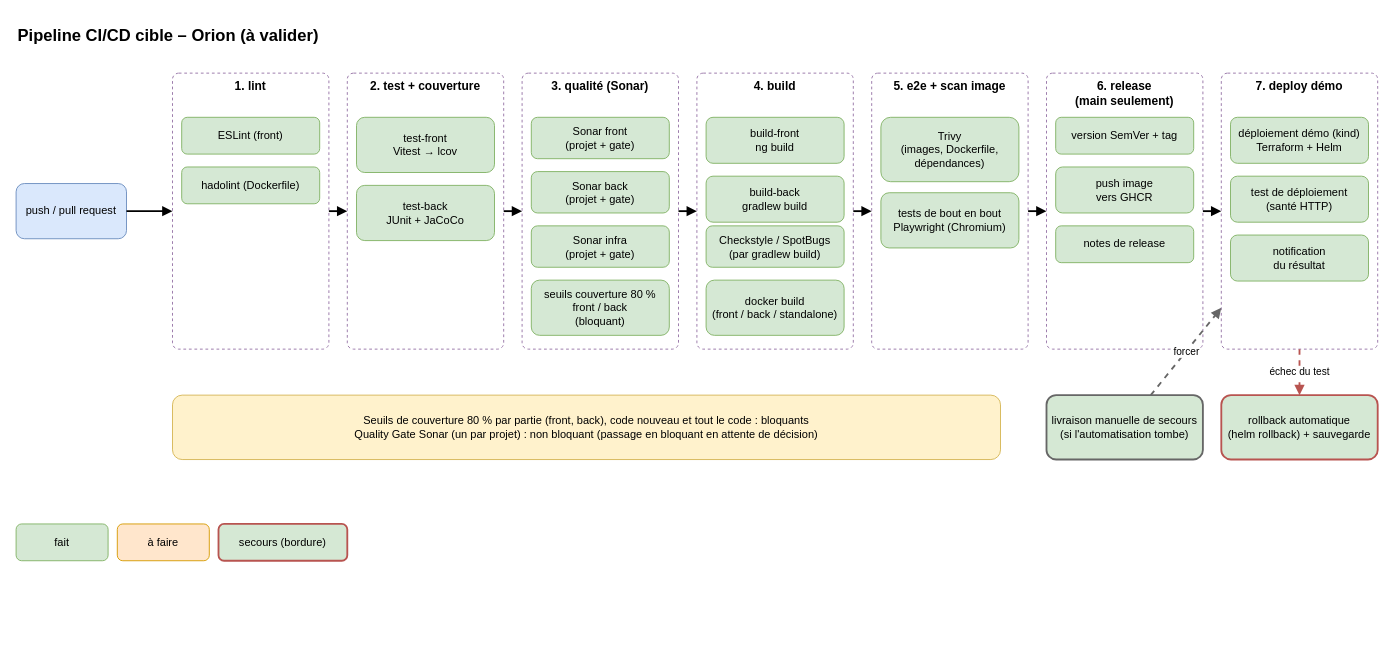
The draw.io diagram docs/livrables/schema_pipeline_ci_cd.drawio in denoyela-4913/dev-project-06-orion, before the edit. Source tidied: cells renumbered, new cells numbered last; positions are measured from the earlier drawing's top-left corner, leaving out a move shared by most shapes. Both pictures are drawn from the tidied source at 92%, with x=0, y=0 at pixel (16, 17).
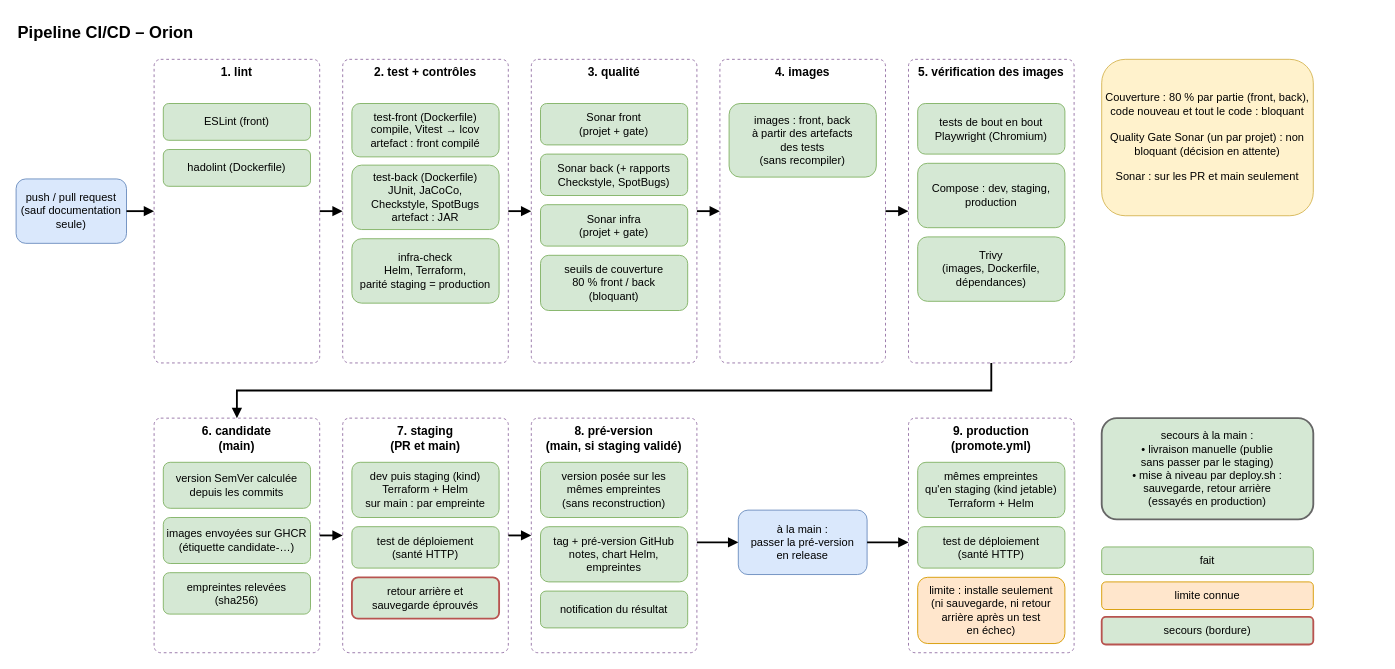
The same diagram, later.

Commit message (it also covers changes not shown here):
docs: mettre à jour le schéma du pipeline et son script de rendu

What changed in the source:
```diff
@@
-    <mxCell id="2" value="Pipeline CI/CD cible – Orion (à valider)" style="rounded=1;whiteSpace=wrap;html=1;fillColor=none;strokeColor=none;fontSize=18;fontStyle=1;align=left;" parent="1" vertex="1">
-      <mxGeometry width="560" height="40" as="geometry" />
+    <mxCell id="2" value="Pipeline CI/CD – Orion" style="rounded=1;whiteSpace=wrap;html=1;fillColor=none;strokeColor=none;fontSize=18;fontStyle=1;align=left;" parent="1" vertex="1">
+      <mxGeometry y="-2" width="600" height="36" as="geometry" />
     </mxCell>
-    <mxCell id="3" value="push / pull request" style="rounded=1;whiteSpace=wrap;html=1;fillColor=#dae8fc;strokeColor=#6c8ebf;" parent="1" vertex="1">
-      <mxGeometry y="180" width="120" height="60" as="geometry" />
+    <mxCell id="3" value="push / pull request&#10;(sauf documentation seule)" style="rounded=1;whiteSpace=wrap;html=1;fillColor=#dae8fc;strokeColor=#6c8ebf;" parent="1" vertex="1">
+      <mxGeometry y="175" width="120" height="70" as="geometry" />
     </mxCell>
     <mxCell id="4" value="1. lint" style="rounded=1;whiteSpace=wrap;html=1;fillColor=#ffffff;strokeColor=#9673a6;dashed=1;verticalAlign=top;fontStyle=1;fontSize=13;arcSize=4;" parent="1" vertex="1">
-      <mxGeometry x="170" y="60" width="170" height="300" as="geometry" />
+      <mxGeometry x="150" y="45" width="180" height="330" as="geometry" />
     </mxCell>
     <mxCell id="5" value="ESLint (front)" style="rounded=1;whiteSpace=wrap;html=1;fillColor=#d5e8d4;strokeColor=#82b366;" parent="1" vertex="1">
-      <mxGeometry x="180" y="108" width="150" height="40" as="geometry" />
+      <mxGeometry x="160" y="93" width="160" height="40" as="geometry" />
     </mxCell>
     <mxCell id="6" value="hadolint (Dockerfile)" style="rounded=1;whiteSpace=wrap;html=1;fillColor=#d5e8d4;strokeColor=#82b366;" parent="1" vertex="1">
-      <mxGeometry x="180" y="162" width="150" height="40" as="geometry" />
+      <mxGeometry x="160" y="143" width="160" height="40" as="geometry" />
     </mxCell>
-    <mxCell id="7" style="endArrow=block;html=1;rounded=0;strokeWidth=2;" parent="1" edge="1" source="3" target="4">
-      <mxGeometry relative="1" as="geometry" />
-    </mxCell>
-    <mxCell id="8" value="2. test + couverture" style="rounded=1;whiteSpace=wrap;html=1;fillColor=#ffffff;strokeColor=#9673a6;dashed=1;verticalAlign=top;fontStyle=1;fontSize=13;arcSize=4;" parent="1" vertex="1">
-      <mxGeometry x="360" y="60" width="170" height="300" as="geometry" />
+    <mxCell id="8" value="2. test + contrôles" style="rounded=1;whiteSpace=wrap;html=1;fillColor=#ffffff;strokeColor=#9673a6;dashed=1;verticalAlign=top;fontStyle=1;fontSize=13;arcSize=4;" parent="1" vertex="1">
+      <mxGeometry x="355" y="45" width="180" height="330" as="geometry" />
     </mxCell>
-    <mxCell id="9" value="test-front&#10;Vitest → lcov" style="rounded=1;whiteSpace=wrap;html=1;fillColor=#d5e8d4;strokeColor=#82b366;" parent="1" vertex="1">
-      <mxGeometry x="370" y="108" width="150" height="60" as="geometry" />
+    <mxCell id="9" value="test-front (Dockerfile)&#10;compile, Vitest → lcov&#10;artefact : front compilé" style="rounded=1;whiteSpace=wrap;html=1;fillColor=#d5e8d4;strokeColor=#82b366;" parent="1" vertex="1">
+      <mxGeometry x="365" y="93" width="160" height="58" as="geometry" />
     </mxCell>
-    <mxCell id="10" value="test-back&#10;JUnit + JaCoCo" style="rounded=1;whiteSpace=wrap;html=1;fillColor=#d5e8d4;strokeColor=#82b366;" parent="1" vertex="1">
-      <mxGeometry x="370" y="182" width="150" height="60" as="geometry" />
+    <mxCell id="10" value="test-back (Dockerfile)&#10;JUnit, JaCoCo,&#10;Checkstyle, SpotBugs&#10;artefact : JAR" style="rounded=1;whiteSpace=wrap;html=1;fillColor=#d5e8d4;strokeColor=#82b366;" parent="1" vertex="1">
+      <mxGeometry x="365" y="160" width="160" height="70" as="geometry" />
     </mxCell>
-    <mxCell id="11" style="endArrow=block;html=1;rounded=0;strokeWidth=2;" parent="1" edge="1" source="4" target="8">
-      <mxGeometry relative="1" as="geometry" />
-    </mxCell>
+    <mxCell id="46" value="infra-check&#10;Helm, Terraform,&#10;parité staging = production" style="rounded=1;whiteSpace=wrap;html=1;fillColor=#d5e8d4;strokeColor=#82b366;" parent="1" vertex="1">
+      <mxGeometry x="365" y="240" width="160" height="70" as="geometry" />
+    </mxCell>
-    <mxCell id="12" value="3. qualité (Sonar)" style="rounded=1;whiteSpace=wrap;html=1;fillColor=#ffffff;strokeColor=#9673a6;dashed=1;verticalAlign=top;fontStyle=1;fontSize=13;arcSize=4;" parent="1" vertex="1">
-      <mxGeometry x="550" y="60" width="170" height="300" as="geometry" />
+    <mxCell id="12" value="3. qualité" style="rounded=1;whiteSpace=wrap;html=1;fillColor=#ffffff;strokeColor=#9673a6;dashed=1;verticalAlign=top;fontStyle=1;fontSize=13;arcSize=4;" parent="1" vertex="1">
+      <mxGeometry x="560" y="45" width="180" height="330" as="geometry" />
     </mxCell>
     <mxCell id="13" value="Sonar front&#10;(projet + gate)" style="rounded=1;whiteSpace=wrap;html=1;fillColor=#d5e8d4;strokeColor=#82b366;" parent="1" vertex="1">
-      <mxGeometry x="560" y="108" width="150" height="45" as="geometry" />
+      <mxGeometry x="570" y="93" width="160" height="45" as="geometry" />
     </mxCell>
-    <mxCell id="14" value="Sonar back&#10;(projet + gate)" style="rounded=1;whiteSpace=wrap;html=1;fillColor=#d5e8d4;strokeColor=#82b366;" parent="1" vertex="1">
-      <mxGeometry x="560" y="167" width="150" height="45" as="geometry" />
+    <mxCell id="14" value="Sonar back (+ rapports&#10;Checkstyle, SpotBugs)" style="rounded=1;whiteSpace=wrap;html=1;fillColor=#d5e8d4;strokeColor=#82b366;" parent="1" vertex="1">
+      <mxGeometry x="570" y="148" width="160" height="45" as="geometry" />
     </mxCell>
     <mxCell id="15" value="Sonar infra&#10;(projet + gate)" style="rounded=1;whiteSpace=wrap;html=1;fillColor=#d5e8d4;strokeColor=#82b366;" parent="1" vertex="1">
-      <mxGeometry x="560" y="226" width="150" height="45" as="geometry" />
+      <mxGeometry x="570" y="203" width="160" height="45" as="geometry" />
     </mxCell>
-    <mxCell id="16" value="seuils couverture 80 %&#10;front / back&#10;(bloquant)" style="rounded=1;whiteSpace=wrap;html=1;fillColor=#d5e8d4;strokeColor=#82b366;" parent="1" vertex="1">
-      <mxGeometry x="560" y="285" width="150" height="60" as="geometry" />
+    <mxCell id="16" value="seuils de couverture&#10;80 % front / back&#10;(bloquant)" style="rounded=1;whiteSpace=wrap;html=1;fillColor=#d5e8d4;strokeColor=#82b366;" parent="1" vertex="1">
+      <mxGeometry x="570" y="258" width="160" height="60" as="geometry" />
     </mxCell>
+    <mxCell id="18" value="4. images" style="rounded=1;whiteSpace=wrap;html=1;fillColor=#ffffff;strokeColor=#9673a6;dashed=1;verticalAlign=top;fontStyle=1;fontSize=13;arcSize=4;" parent="1" vertex="1">
+      <mxGeometry x="765" y="45" width="180" height="330" as="geometry" />
+    </mxCell>
+    <mxCell id="22" value="images : front, back&#10;à partir des artefacts&#10;des tests&#10;(sans recompiler)" style="rounded=1;whiteSpace=wrap;html=1;fillColor=#d5e8d4;strokeColor=#82b366;" parent="1" vertex="1">
+      <mxGeometry x="775" y="93" width="160" height="80" as="geometry" />
+    </mxCell>
+    <mxCell id="47" value="5. vérification des images" style="rounded=1;whiteSpace=wrap;html=1;fillColor=#ffffff;strokeColor=#9673a6;dashed=1;verticalAlign=top;fontStyle=1;fontSize=13;arcSize=4;" parent="1" vertex="1">
+      <mxGeometry x="970" y="45" width="180" height="330" as="geometry" />
+    </mxCell>
+    <mxCell id="26" value="tests de bout en bout&#10;Playwright (Chromium)" style="rounded=1;whiteSpace=wrap;html=1;fillColor=#d5e8d4;strokeColor=#82b366;" parent="1" vertex="1">
+      <mxGeometry x="980" y="93" width="160" height="55" as="geometry" />
+    </mxCell>
+    <mxCell id="48" value="Compose : dev, staging,&#10;production" style="rounded=1;whiteSpace=wrap;html=1;fillColor=#d5e8d4;strokeColor=#82b366;" parent="1" vertex="1">
+      <mxGeometry x="980" y="158" width="160" height="70" as="geometry" />
+    </mxCell>
+    <mxCell id="25" value="Trivy&#10;(images, Dockerfile,&#10;dépendances)" style="rounded=1;whiteSpace=wrap;html=1;fillColor=#d5e8d4;strokeColor=#82b366;" parent="1" vertex="1">
+      <mxGeometry x="980" y="238" width="160" height="70" as="geometry" />
+    </mxCell>
+    <mxCell id="7" style="endArrow=block;html=1;rounded=0;strokeWidth=2;" parent="1" edge="1" source="3" target="4">
+      <mxGeometry relative="1" as="geometry" />
+    </mxCell>
+    <mxCell id="11" style="endArrow=block;html=1;rounded=0;strokeWidth=2;" parent="1" edge="1" source="4" target="8">
+      <mxGeometry relative="1" as="geometry" />
+    </mxCell>
@@
-    <mxCell id="18" value="4. build" style="rounded=1;whiteSpace=wrap;html=1;fillColor=#ffffff;strokeColor=#9673a6;dashed=1;verticalAlign=top;fontStyle=1;fontSize=13;arcSize=4;" parent="1" vertex="1">
-      <mxGeometry x="740" y="60" width="170" height="300" as="geometry" />
-    </mxCell>
-    <mxCell id="19" value="build-front&#10;ng build" style="rounded=1;whiteSpace=wrap;html=1;fillColor=#d5e8d4;strokeColor=#82b366;" parent="1" vertex="1">
-      <mxGeometry x="750" y="108" width="150" height="50" as="geometry" />
-    </mxCell>
-    <mxCell id="20" value="build-back&#10;gradlew build" style="rounded=1;whiteSpace=wrap;html=1;fillColor=#d5e8d4;strokeColor=#82b366;" parent="1" vertex="1">
-      <mxGeometry x="750" y="172" width="150" height="50" as="geometry" />
-    </mxCell>
-    <mxCell id="21" value="Checkstyle / SpotBugs&#10;(par gradlew build)" style="rounded=1;whiteSpace=wrap;html=1;fillColor=#d5e8d4;strokeColor=#82b366;" parent="1" vertex="1">
-      <mxGeometry x="750" y="226" width="150" height="45" as="geometry" />
-    </mxCell>
-    <mxCell id="22" value="docker build&#10;(front / back / standalone)" style="rounded=1;whiteSpace=wrap;html=1;fillColor=#d5e8d4;strokeColor=#82b366;" parent="1" vertex="1">
-      <mxGeometry x="750" y="285" width="150" height="60" as="geometry" />
-    </mxCell>
@@
-    <mxCell id="24" value="5. e2e + scan image" style="rounded=1;whiteSpace=wrap;html=1;fillColor=#ffffff;strokeColor=#9673a6;dashed=1;verticalAlign=top;fontStyle=1;fontSize=13;arcSize=4;" parent="1" vertex="1">
-      <mxGeometry x="930" y="60" width="170" height="300" as="geometry" />
-    </mxCell>
-    <mxCell id="25" value="Trivy&#10;(images, Dockerfile, dépendances)" style="rounded=1;whiteSpace=wrap;html=1;fillColor=#d5e8d4;strokeColor=#82b366;" parent="1" vertex="1">
-      <mxGeometry x="940" y="108" width="150" height="70" as="geometry" />
-    </mxCell>
-    <mxCell id="26" value="tests de bout en bout&#10;Playwright (Chromium)" style="rounded=1;whiteSpace=wrap;html=1;fillColor=#d5e8d4;strokeColor=#82b366;" parent="1" vertex="1">
-      <mxGeometry x="940" y="190" width="150" height="60" as="geometry" />
-    </mxCell>
-    <mxCell id="27" style="endArrow=block;html=1;rounded=0;strokeWidth=2;" parent="1" edge="1" source="18" target="24">
-      <mxGeometry relative="1" as="geometry" />
-    </mxCell>
-    <mxCell id="28" value="6. release&#10;(main seulement)" style="rounded=1;whiteSpace=wrap;html=1;fillColor=#ffffff;strokeColor=#9673a6;dashed=1;verticalAlign=top;fontStyle=1;fontSize=13;arcSize=4;" parent="1" vertex="1">
-      <mxGeometry x="1120" y="60" width="170" height="300" as="geometry" />
-    </mxCell>
-    <mxCell id="29" value="version SemVer + tag" style="rounded=1;whiteSpace=wrap;html=1;fillColor=#d5e8d4;strokeColor=#82b366;" parent="1" vertex="1">
-      <mxGeometry x="1130" y="108" width="150" height="40" as="geometry" />
-    </mxCell>
-    <mxCell id="30" value="push image&#10;vers GHCR" style="rounded=1;whiteSpace=wrap;html=1;fillColor=#d5e8d4;strokeColor=#82b366;" parent="1" vertex="1">
-      <mxGeometry x="1130" y="162" width="150" height="50" as="geometry" />
-    </mxCell>
-    <mxCell id="31" value="notes de release" style="rounded=1;whiteSpace=wrap;html=1;fillColor=#d5e8d4;strokeColor=#82b366;" parent="1" vertex="1">
-      <mxGeometry x="1130" y="226" width="150" height="40" as="geometry" />
-    </mxCell>
-    <mxCell id="32" style="endArrow=block;html=1;rounded=0;strokeWidth=2;" parent="1" edge="1" source="24" target="28">
-      <mxGeometry relative="1" as="geometry" />
-    </mxCell>
-    <mxCell id="33" value="7. deploy démo" style="rounded=1;whiteSpace=wrap;html=1;fillColor=#ffffff;strokeColor=#9673a6;dashed=1;verticalAlign=top;fontStyle=1;fontSize=13;arcSize=4;" parent="1" vertex="1">
-      <mxGeometry x="1310" y="60" width="170" height="300" as="geometry" />
-    </mxCell>
-    <mxCell id="34" value="déploiement démo (kind)&#10;Terraform + Helm" style="rounded=1;whiteSpace=wrap;html=1;fillColor=#d5e8d4;strokeColor=#82b366;" parent="1" vertex="1">
-      <mxGeometry x="1320" y="108" width="150" height="50" as="geometry" />
-    </mxCell>
-    <mxCell id="35" value="test de déploiement&#10;(santé HTTP)" style="rounded=1;whiteSpace=wrap;html=1;fillColor=#d5e8d4;strokeColor=#82b366;" parent="1" vertex="1">
-      <mxGeometry x="1320" y="172" width="150" height="50" as="geometry" />
-    </mxCell>
+    <mxCell id="49" style="endArrow=block;html=1;rounded=0;strokeWidth=2;" parent="1" edge="1" source="18" target="47">
+      <mxGeometry relative="1" as="geometry" />
+    </mxCell>
+    <mxCell id="42" value="Couverture : 80 % par partie (front, back), code nouveau et tout le code : bloquant&#10;&#10;Quality Gate Sonar (un par projet) : non bloquant (décision en attente)&#10;&#10;Sonar : sur les PR et main seulement" style="rounded=1;whiteSpace=wrap;html=1;fillColor=#fff2cc;strokeColor=#d6b656;" parent="1" vertex="1">
+      <mxGeometry x="1180" y="45" width="230" height="170" as="geometry" />
+    </mxCell>
+    <mxCell id="50" value="6. candidate&#10;(main)" style="rounded=1;whiteSpace=wrap;html=1;fillColor=#ffffff;strokeColor=#9673a6;dashed=1;verticalAlign=top;fontStyle=1;fontSize=13;arcSize=4;" parent="1" vertex="1">
+      <mxGeometry x="150" y="435" width="180" height="255" as="geometry" />
+    </mxCell>
+    <mxCell id="51" value="version SemVer calculée&#10;depuis les commits" style="rounded=1;whiteSpace=wrap;html=1;fillColor=#d5e8d4;strokeColor=#82b366;" parent="1" vertex="1">
+      <mxGeometry x="160" y="483" width="160" height="50" as="geometry" />
+    </mxCell>
+    <mxCell id="52" value="images envoyées sur GHCR&#10;(étiquette candidate-…)" style="rounded=1;whiteSpace=wrap;html=1;fillColor=#d5e8d4;strokeColor=#82b366;" parent="1" vertex="1">
+      <mxGeometry x="160" y="543" width="160" height="50" as="geometry" />
+    </mxCell>
+    <mxCell id="53" value="empreintes relevées&#10;(sha256)" style="rounded=1;whiteSpace=wrap;html=1;fillColor=#d5e8d4;strokeColor=#82b366;" parent="1" vertex="1">
+      <mxGeometry x="160" y="603" width="160" height="45" as="geometry" />
+    </mxCell>
+    <mxCell id="54" value="7. staging&#10;(PR et main)" style="rounded=1;whiteSpace=wrap;html=1;fillColor=#ffffff;strokeColor=#9673a6;dashed=1;verticalAlign=top;fontStyle=1;fontSize=13;arcSize=4;" parent="1" vertex="1">
+      <mxGeometry x="355" y="435" width="180" height="255" as="geometry" />
+    </mxCell>
+    <mxCell id="55" value="dev puis staging (kind)&#10;Terraform + Helm&#10;sur main : par empreinte" style="rounded=1;whiteSpace=wrap;html=1;fillColor=#d5e8d4;strokeColor=#82b366;" parent="1" vertex="1">
+      <mxGeometry x="365" y="483" width="160" height="60" as="geometry" />
+    </mxCell>
+    <mxCell id="56" value="test de déploiement&#10;(santé HTTP)" style="rounded=1;whiteSpace=wrap;html=1;fillColor=#d5e8d4;strokeColor=#82b366;" parent="1" vertex="1">
+      <mxGeometry x="365" y="553" width="160" height="45" as="geometry" />
+    </mxCell>
+    <mxCell id="57" value="retour arrière et&#10;sauvegarde éprouvés" style="rounded=1;whiteSpace=wrap;html=1;fillColor=#d5e8d4;strokeColor=#82b366;strokeColor=#b85450;strokeWidth=2;" parent="1" vertex="1">
+      <mxGeometry x="365" y="608" width="160" height="45" as="geometry" />
+    </mxCell>
+    <mxCell id="58" value="8. pré-version&#10;(main, si staging validé)" style="rounded=1;whiteSpace=wrap;html=1;fillColor=#ffffff;strokeColor=#9673a6;dashed=1;verticalAlign=top;fontStyle=1;fontSize=13;arcSize=4;" parent="1" vertex="1">
+      <mxGeometry x="560" y="435" width="180" height="255" as="geometry" />
+    </mxCell>
+    <mxCell id="59" value="version posée sur les&#10;mêmes empreintes&#10;(sans reconstruction)" style="rounded=1;whiteSpace=wrap;html=1;fillColor=#d5e8d4;strokeColor=#82b366;" parent="1" vertex="1">
+      <mxGeometry x="570" y="483" width="160" height="60" as="geometry" />
+    </mxCell>
+    <mxCell id="60" value="tag + pré-version GitHub&#10;notes, chart Helm,&#10;empreintes" style="rounded=1;whiteSpace=wrap;html=1;fillColor=#d5e8d4;strokeColor=#82b366;" parent="1" vertex="1">
+      <mxGeometry x="570" y="553" width="160" height="60" as="geometry" />
+    </mxCell>
-    <mxCell id="36" value="notification&#10;du résultat" style="rounded=1;whiteSpace=wrap;html=1;fillColor=#d5e8d4;strokeColor=#82b366;" parent="1" vertex="1">
-      <mxGeometry x="1320" y="236" width="150" height="50" as="geometry" />
+    <mxCell id="36" value="notification du résultat" style="rounded=1;whiteSpace=wrap;html=1;fillColor=#d5e8d4;strokeColor=#82b366;" parent="1" vertex="1">
+      <mxGeometry x="570" y="623" width="160" height="40" as="geometry" />
     </mxCell>
-    <mxCell id="37" style="endArrow=block;html=1;rounded=0;strokeWidth=2;" parent="1" edge="1" source="28" target="33">
-      <mxGeometry relative="1" as="geometry" />
-    </mxCell>
-    <mxCell id="38" value="rollback automatique&#10;(helm rollback) + sauvegarde" style="rounded=1;whiteSpace=wrap;html=1;fillColor=#d5e8d4;strokeWidth=2;strokeColor=#b85450;" parent="1" vertex="1">
-      <mxGeometry x="1310" y="410" width="170" height="70" as="geometry" />
-    </mxCell>
+    <mxCell id="61" value="à la main :&#10;passer la pré-version&#10;en release" style="rounded=1;whiteSpace=wrap;html=1;fillColor=#dae8fc;strokeColor=#6c8ebf;" parent="1" vertex="1">
+      <mxGeometry x="785" y="535" width="140" height="70" as="geometry" />
+    </mxCell>
+    <mxCell id="62" value="9. production&#10;(promote.yml)" style="rounded=1;whiteSpace=wrap;html=1;fillColor=#ffffff;strokeColor=#9673a6;dashed=1;verticalAlign=top;fontStyle=1;fontSize=13;arcSize=4;" parent="1" vertex="1">
+      <mxGeometry x="970" y="435" width="180" height="255" as="geometry" />
+    </mxCell>
+    <mxCell id="63" value="mêmes empreintes&#10;qu'en staging (kind jetable)&#10;Terraform + Helm" style="rounded=1;whiteSpace=wrap;html=1;fillColor=#d5e8d4;strokeColor=#82b366;" parent="1" vertex="1">
+      <mxGeometry x="980" y="483" width="160" height="60" as="geometry" />
+    </mxCell>
+    <mxCell id="64" value="test de déploiement&#10;(santé HTTP)" style="rounded=1;whiteSpace=wrap;html=1;fillColor=#d5e8d4;strokeColor=#82b366;" parent="1" vertex="1">
+      <mxGeometry x="980" y="553" width="160" height="45" as="geometry" />
+    </mxCell>
+    <mxCell id="65" value="limite : installe seulement&#10;(ni sauvegarde, ni retour&#10;arrière après un test&#10;en échec)" style="rounded=1;whiteSpace=wrap;html=1;fillColor=#ffe6cc;strokeColor=#d79b00;fontSize=12;" parent="1" vertex="1">
+      <mxGeometry x="980" y="608" width="160" height="72" as="geometry" />
+    </mxCell>
+    <mxCell id="66" style="endArrow=block;html=1;rounded=0;strokeWidth=2;exitX=0.5;exitY=1;entryX=0.5;entryY=0;" parent="1" edge="1" source="47" target="50">
+      <mxGeometry relative="1" as="geometry">
+        <Array as="points">
+          <mxPoint x="1060" y="405" />
+          <mxPoint x="240" y="405" />
+        </Array>
+      </mxGeometry>
+    </mxCell>
+    <mxCell id="67" style="endArrow=block;html=1;rounded=0;strokeWidth=2;" parent="1" edge="1" source="50" target="54">
+      <mxGeometry relative="1" as="geometry" />
+    </mxCell>
+    <mxCell id="68" style="endArrow=block;html=1;rounded=0;strokeWidth=2;" parent="1" edge="1" source="54" target="58">
+      <mxGeometry relative="1" as="geometry" />
+    </mxCell>
+    <mxCell id="69" style="endArrow=block;html=1;rounded=0;strokeWidth=2;exitX=1;exitY=0.5294;entryX=0;entryY=0.5;" parent="1" edge="1" source="58" target="61">
+      <mxGeometry relative="1" as="geometry" />
+    </mxCell>
+    <mxCell id="70" style="endArrow=block;html=1;rounded=0;strokeWidth=2;exitX=1;exitY=0.5;entryX=0;entryY=0.5294;" parent="1" edge="1" source="61" target="62">
+      <mxGeometry relative="1" as="geometry" />
+    </mxCell>
-    <mxCell id="39" value="livraison manuelle de secours&#10;(si l'automatisation tombe)" style="rounded=1;whiteSpace=wrap;html=1;fillColor=#d5e8d4;strokeWidth=2;strokeColor=#666666;" parent="1" vertex="1">
-      <mxGeometry x="1120" y="410" width="170" height="70" as="geometry" />
+    <mxCell id="39" value="secours à la main :&#10;• livraison manuelle (publie&#10;sans passer par le staging)&#10;• mise à niveau par deploy.sh :&#10;sauvegarde, retour arrière&#10;(essayés en production)" style="rounded=1;whiteSpace=wrap;html=1;fillColor=#d5e8d4;strokeColor=#82b366;strokeColor=#666666;strokeWidth=2;" parent="1" vertex="1">
+      <mxGeometry x="1180" y="435" width="230" height="110" as="geometry" />
     </mxCell>
-    <mxCell id="40" value="échec du test" style="endArrow=block;html=1;rounded=0;strokeWidth=2;dashed=1;strokeColor=#b85450;" parent="1" edge="1" source="33" target="38">
-      <mxGeometry relative="1" as="geometry" />
-    </mxCell>
-    <mxCell id="41" value="forcer" style="endArrow=block;html=1;rounded=0;strokeWidth=2;dashed=1;strokeColor=#666666;" parent="1" edge="1" source="39" target="33">
-      <mxGeometry relative="1" as="geometry" />
-    </mxCell>
-    <mxCell id="42" value="Seuils de couverture 80 % par partie (front, back), code nouveau et tout le code : bloquants&#10;Quality Gate Sonar (un par projet) : non bloquant (passage en bloquant en attente de décision)" style="rounded=1;whiteSpace=wrap;html=1;fillColor=#fff2cc;strokeColor=#d6b656;" parent="1" vertex="1">
-      <mxGeometry x="170" y="410" width="900" height="70" as="geometry" />
-    </mxCell>
     <mxCell id="43" value="fait" style="rounded=1;whiteSpace=wrap;html=1;fillColor=#d5e8d4;strokeColor=#82b366;" parent="1" vertex="1">
-      <mxGeometry y="550" width="100" height="40" as="geometry" />
+      <mxGeometry x="1180" y="575" width="230" height="30" as="geometry" />
     </mxCell>
-    <mxCell id="44" value="à faire" style="rounded=1;whiteSpace=wrap;html=1;fillColor=#ffe6cc;strokeColor=#d79b00;" parent="1" vertex="1">
-      <mxGeometry x="110" y="550" width="100" height="40" as="geometry" />
+    <mxCell id="44" value="limite connue" style="rounded=1;whiteSpace=wrap;html=1;fillColor=#ffe6cc;strokeColor=#d79b00;" parent="1" vertex="1">
+      <mxGeometry x="1180" y="613" width="230" height="30" as="geometry" />
     </mxCell>
-    <mxCell id="45" value="secours (bordure)" style="rounded=1;whiteSpace=wrap;html=1;fillColor=#d5e8d4;strokeWidth=2;strokeColor=#b85450;" parent="1" vertex="1">
-      <mxGeometry x="220" y="550" width="140" height="40" as="geometry" />
+    <mxCell id="45" value="secours (bordure)" style="rounded=1;whiteSpace=wrap;html=1;fillColor=#d5e8d4;strokeColor=#82b366;strokeColor=#b85450;strokeWidth=2;" parent="1" vertex="1">
+      <mxGeometry x="1180" y="651" width="230" height="30" as="geometry" />
     </mxCell>
```
